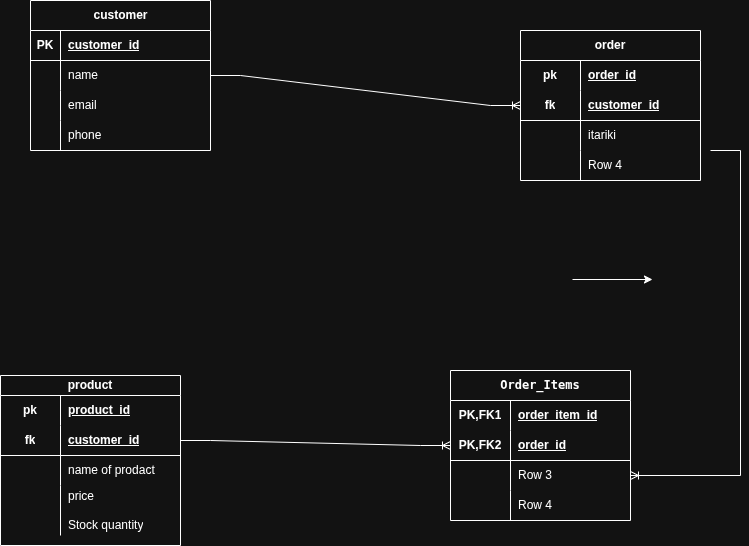
This is week1/day1/ERD.png from ename7197-art/fluxify--internship, a draw.io export, as it was before one commit. Source tidied: cells renumbered, new cells last; positions are measured from the earlier drawing's top-left corner, leaving out a move shared by most shapes.
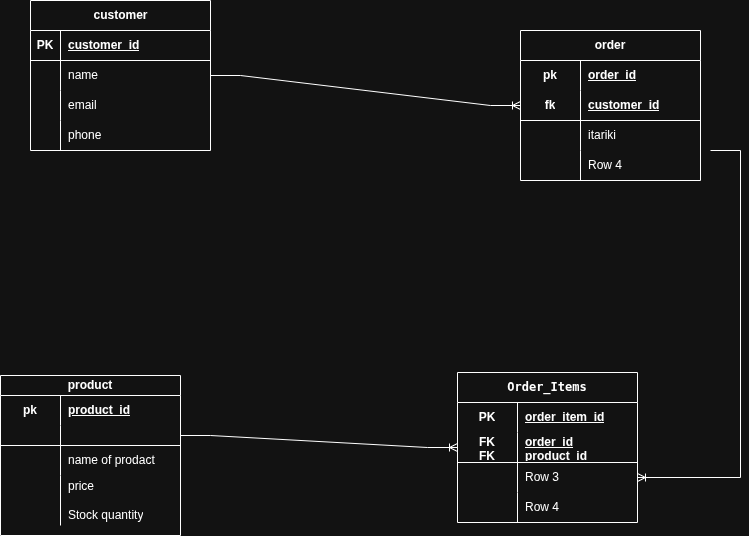
Above is the later version.

Commit message:
Ubutumwa bwawe hano

Diff of the diagram source:
```diff
@@ -42,7 +42,7 @@
       <mxGeometry x="30" width="150" height="30" as="geometry" />
     </mxCell>
     <mxCell id="15" value="product" style="shape=table;startSize=20;rowLines=0;fontStyle=1;align=center;html=1;whiteSpace=wrap;" parent="1" vertex="1">
-      <mxGeometry y="375" width="180" height="170" as="geometry" />
+      <mxGeometry y="375" width="180" height="160" as="geometry" />
     </mxCell>
     <mxCell id="16" style="shape=tableRow;horizontal=0;startSize=0;swimlaneHead=0;swimlaneBody=0;fillColor=none;top=0;left=0;right=0;bottom=0;html=1;" parent="15" vertex="1">
       <mxGeometry y="20" width="180" height="30" as="geometry" />
@@ -54,16 +54,16 @@
       <mxGeometry x="60" width="120" height="30" as="geometry" />
     </mxCell>
     <mxCell id="19" style="shape=tableRow;horizontal=0;startSize=0;swimlaneHead=0;swimlaneBody=0;fillColor=none;points=[[0,0.5],[1,0.5]];portConstraint=eastwest;top=0;left=0;right=0;bottom=1;html=1;" parent="15" vertex="1">
-      <mxGeometry y="50" width="180" height="30" as="geometry" />
+      <mxGeometry y="50" width="180" height="20" as="geometry" />
     </mxCell>
-    <mxCell id="20" value="fk" style="shape=partialRectangle;fillColor=none;top=0;left=0;bottom=0;right=0;fontStyle=1;overflow=hidden;html=1;whiteSpace=wrap;" parent="19" vertex="1">
-      <mxGeometry width="60" height="30" as="geometry" />
+    <mxCell id="20" style="shape=partialRectangle;fillColor=none;top=0;left=0;bottom=0;right=0;fontStyle=1;overflow=hidden;html=1;whiteSpace=wrap;" parent="19" vertex="1">
+      <mxGeometry width="60" height="20" as="geometry" />
     </mxCell>
-    <mxCell id="21" value="customer_id" style="shape=partialRectangle;fillColor=none;top=0;left=0;bottom=0;right=0;align=left;spacingLeft=6;fontStyle=5;overflow=hidden;html=1;whiteSpace=wrap;" parent="19" vertex="1">
-      <mxGeometry x="60" width="120" height="30" as="geometry" />
+    <mxCell id="21" style="shape=partialRectangle;fillColor=none;top=0;left=0;bottom=0;right=0;align=left;spacingLeft=6;fontStyle=5;overflow=hidden;html=1;whiteSpace=wrap;" parent="19" vertex="1">
+      <mxGeometry x="60" width="120" height="20" as="geometry" />
     </mxCell>
     <mxCell id="22" style="shape=tableRow;horizontal=0;startSize=0;swimlaneHead=0;swimlaneBody=0;fillColor=none;top=0;left=0;right=0;bottom=0;html=1;" parent="15" vertex="1">
-      <mxGeometry y="80" width="180" height="30" as="geometry" />
+      <mxGeometry y="70" width="180" height="30" as="geometry" />
     </mxCell>
     <mxCell id="23" style="shape=partialRectangle;fillColor=none;top=0;left=0;bottom=0;right=0;overflow=hidden;html=1;whiteSpace=wrap;" parent="22" vertex="1">
       <mxGeometry width="60" height="30" as="geometry" />
@@ -72,7 +72,7 @@
       <mxGeometry x="60" width="120" height="30" as="geometry" />
     </mxCell>
     <mxCell id="25" style="shape=tableRow;horizontal=0;startSize=0;swimlaneHead=0;swimlaneBody=0;fillColor=none;top=0;left=0;right=0;bottom=0;html=1;" parent="15" vertex="1">
-      <mxGeometry y="110" width="180" height="50" as="geometry" />
+      <mxGeometry y="100" width="180" height="50" as="geometry" />
     </mxCell>
     <mxCell id="26" style="shape=partialRectangle;fillColor=none;top=0;left=0;bottom=0;right=0;overflow=hidden;html=1;whiteSpace=wrap;" parent="25" vertex="1">
       <mxGeometry width="60" height="50" as="geometry" />
@@ -120,12 +120,12 @@
       <mxGeometry x="60" width="120" height="30" as="geometry" />
     </mxCell>
     <mxCell id="41" value=" &lt;code&gt;Order_Items&lt;/code&gt;" style="shape=table;startSize=30;rowLines=0;fontStyle=1;align=center;html=1;whiteSpace=wrap;" parent="1" vertex="1">
-      <mxGeometry x="450" y="370" width="180" height="150" as="geometry" />
+      <mxGeometry x="457" y="372" width="180" height="150" as="geometry" />
     </mxCell>
     <mxCell id="42" style="shape=tableRow;horizontal=0;startSize=0;swimlaneHead=0;swimlaneBody=0;fillColor=none;top=0;left=0;right=0;bottom=0;html=1;" parent="41" vertex="1">
       <mxGeometry y="30" width="180" height="30" as="geometry" />
     </mxCell>
-    <mxCell id="43" value="PK,FK1" style="shape=partialRectangle;fillColor=none;top=0;left=0;bottom=0;right=0;fontStyle=1;overflow=hidden;html=1;whiteSpace=wrap;" parent="42" vertex="1">
+    <mxCell id="43" value="PK" style="shape=partialRectangle;fillColor=none;top=0;left=0;bottom=0;right=0;fontStyle=1;overflow=hidden;html=1;whiteSpace=wrap;" parent="42" vertex="1">
       <mxGeometry width="60" height="30" as="geometry" />
     </mxCell>
     <mxCell id="44" value="order_item_id" style="shape=partialRectangle;fillColor=none;top=0;left=0;bottom=0;right=0;align=left;spacingLeft=6;fontStyle=5;overflow=hidden;html=1;whiteSpace=wrap;" parent="42" vertex="1">
@@ -134,10 +134,10 @@
     <mxCell id="45" style="shape=tableRow;horizontal=0;startSize=0;swimlaneHead=0;swimlaneBody=0;fillColor=none;points=[[0,0.5],[1,0.5]];portConstraint=eastwest;top=0;left=0;right=0;bottom=1;html=1;" parent="41" vertex="1">
       <mxGeometry y="60" width="180" height="30" as="geometry" />
     </mxCell>
-    <mxCell id="46" value="PK,FK2" style="shape=partialRectangle;fillColor=none;top=0;left=0;bottom=0;right=0;fontStyle=1;overflow=hidden;html=1;whiteSpace=wrap;" parent="45" vertex="1">
+    <mxCell id="46" value="FK&lt;div&gt;FK&lt;/div&gt;" style="shape=partialRectangle;fillColor=none;top=0;left=0;bottom=0;right=0;fontStyle=1;overflow=hidden;html=1;whiteSpace=wrap;" parent="45" vertex="1">
       <mxGeometry width="60" height="30" as="geometry" />
     </mxCell>
-    <mxCell id="47" value="order_id" style="shape=partialRectangle;fillColor=none;top=0;left=0;bottom=0;right=0;align=left;spacingLeft=6;fontStyle=5;overflow=hidden;html=1;whiteSpace=wrap;" parent="45" vertex="1">
+    <mxCell id="47" value="order_id&lt;div&gt;product_id&lt;/div&gt;&lt;div&gt;&lt;br&gt;&lt;/div&gt;" style="shape=partialRectangle;fillColor=none;top=0;left=0;bottom=0;right=0;align=left;spacingLeft=6;fontStyle=5;overflow=hidden;html=1;whiteSpace=wrap;" parent="45" vertex="1">
       <mxGeometry x="60" width="120" height="30" as="geometry" />
     </mxCell>
     <mxCell id="48" style="shape=tableRow;horizontal=0;startSize=0;swimlaneHead=0;swimlaneBody=0;fillColor=none;points=[[0,0.5],[1,0.5]];portConstraint=eastwest;top=0;left=0;right=0;bottom=0;html=1;" parent="41" vertex="1">
@@ -169,11 +169,5 @@
     <mxCell id="56" style="edgeStyle=entityRelationEdgeStyle;fontSize=12;html=1;endArrow=ERoneToMany;rounded=0;entryX=0;entryY=0.5;entryDx=0;entryDy=0;exitX=1;exitY=0.5;exitDx=0;exitDy=0;" parent="1" edge="1" source="19" target="45">
       <mxGeometry relative="1" as="geometry" />
     </mxCell>
-    <mxCell id="57" style="edgeStyle=none;orthogonalLoop=1;jettySize=auto;html=1;rounded=0;" parent="1" edge="1">
-      <mxGeometry relative="1" as="geometry">
-        <mxPoint x="572" y="279" as="sourcePoint" />
-        <mxPoint x="652" y="279" as="targetPoint" />
-      </mxGeometry>
-    </mxCell>
   </root>
 </mxGraphModel>
```
